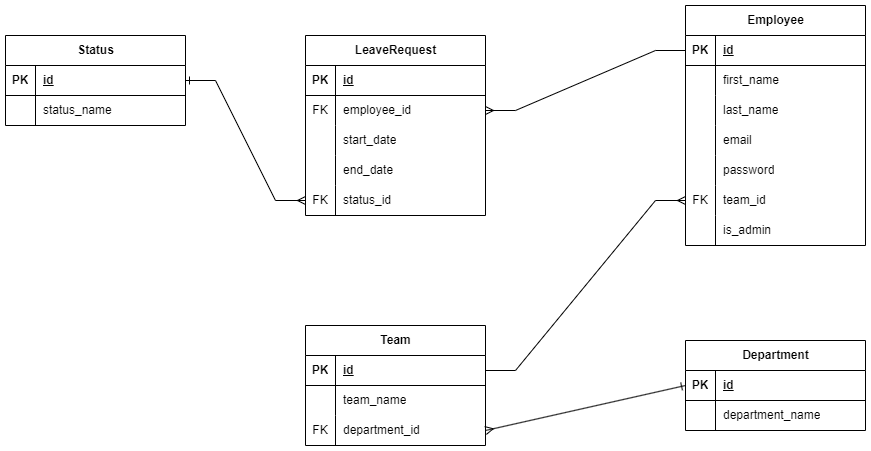
Before: doc/ERD.png, a diagram exported from draw.io (chung-v/annual-leave-tracker-api). Source tidied: cells renumbered, new cells last; positions are measured from the earlier drawing's top-left corner, leaving out a move shared by most shapes.
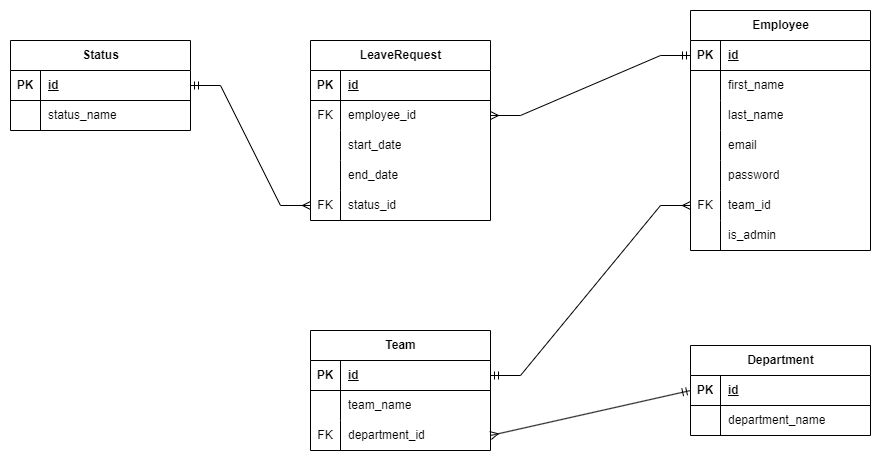
After the commit.

What changed in the source:
```diff
@@ -167,13 +167,13 @@
     <mxCell id="56" value="department_id" style="shape=partialRectangle;fillColor=none;top=0;left=0;bottom=0;right=0;align=left;spacingLeft=6;overflow=hidden;whiteSpace=wrap;html=1;" parent="54" vertex="1">
       <mxGeometry x="30" width="150" height="30" as="geometry" />
     </mxCell>
-    <mxCell id="57" style="edgeStyle=entityRelationEdgeStyle;fontSize=12;html=1;endArrow=ERmany;startArrow=none;rounded=0;exitX=0;exitY=0.5;exitDx=0;exitDy=0;entryX=1;entryY=0.5;entryDx=0;entryDy=0;startFill=0;endFill=0;" parent="1" edge="1" source="3" target="35">
+    <mxCell id="57" style="edgeStyle=entityRelationEdgeStyle;fontSize=12;html=1;endArrow=ERmany;startArrow=ERmandOne;rounded=0;exitX=0;exitY=0.5;exitDx=0;exitDy=0;entryX=1;entryY=0.5;entryDx=0;entryDy=0;startFill=0;endFill=0;" parent="1" edge="1" source="3" target="35">
       <mxGeometry relative="1" as="geometry" />
     </mxCell>
-    <mxCell id="58" style="edgeStyle=entityRelationEdgeStyle;fontSize=12;html=1;endArrow=ERmany;startArrow=none;rounded=0;entryX=0;entryY=0.5;entryDx=0;entryDy=0;exitX=1;exitY=0.5;exitDx=0;exitDy=0;endFill=0;startFill=0;" parent="1" edge="1" source="48" target="18">
+    <mxCell id="58" style="edgeStyle=entityRelationEdgeStyle;fontSize=12;html=1;endArrow=ERmany;startArrow=ERmandOne;rounded=0;entryX=0;entryY=0.5;entryDx=0;entryDy=0;exitX=1;exitY=0.5;exitDx=0;exitDy=0;endFill=0;startFill=0;" parent="1" edge="1" source="48" target="18">
       <mxGeometry relative="1" as="geometry" />
     </mxCell>
-    <mxCell id="59" style="fontSize=12;html=1;endArrow=ERone;startArrow=ERmany;rounded=0;entryX=0;entryY=0.5;entryDx=0;entryDy=0;exitX=1;exitY=0.5;exitDx=0;exitDy=0;startFill=0;endFill=0;" parent="1" edge="1" source="54" target="25">
+    <mxCell id="59" style="fontSize=12;html=1;endArrow=ERmandOne;startArrow=ERmany;rounded=0;entryX=0;entryY=0.5;entryDx=0;entryDy=0;exitX=1;exitY=0.5;exitDx=0;exitDy=0;startFill=0;endFill=0;" parent="1" edge="1" source="54" target="25">
       <mxGeometry relative="1" as="geometry" />
     </mxCell>
     <mxCell id="60" value="Status" style="shape=table;startSize=30;rowLines=0;fontStyle=1;align=center;html=1;" parent="1" vertex="1">
@@ -197,7 +197,7 @@
     <mxCell id="66" value="status_name" style="shape=partialRectangle;fillColor=none;top=0;left=0;bottom=0;right=0;align=left;spacingLeft=6;overflow=hidden;whiteSpace=wrap;html=1;" parent="64" vertex="1">
       <mxGeometry x="30" width="150" height="30" as="geometry" />
     </mxCell>
-    <mxCell id="67" style="edgeStyle=entityRelationEdgeStyle;fontSize=12;html=1;endArrow=ERmany;startArrow=ERone;rounded=0;entryX=0;entryY=0.5;entryDx=0;entryDy=0;exitX=1;exitY=0.5;exitDx=0;exitDy=0;endFill=0;startFill=0;" parent="1" edge="1" source="61" target="44">
+    <mxCell id="67" style="edgeStyle=entityRelationEdgeStyle;fontSize=12;html=1;endArrow=ERmany;startArrow=ERmandOne;rounded=0;entryX=0;entryY=0.5;entryDx=0;entryDy=0;exitX=1;exitY=0.5;exitDx=0;exitDy=0;endFill=0;startFill=0;" parent="1" edge="1" source="61" target="44">
       <mxGeometry relative="1" as="geometry" />
     </mxCell>
   </root>
```
